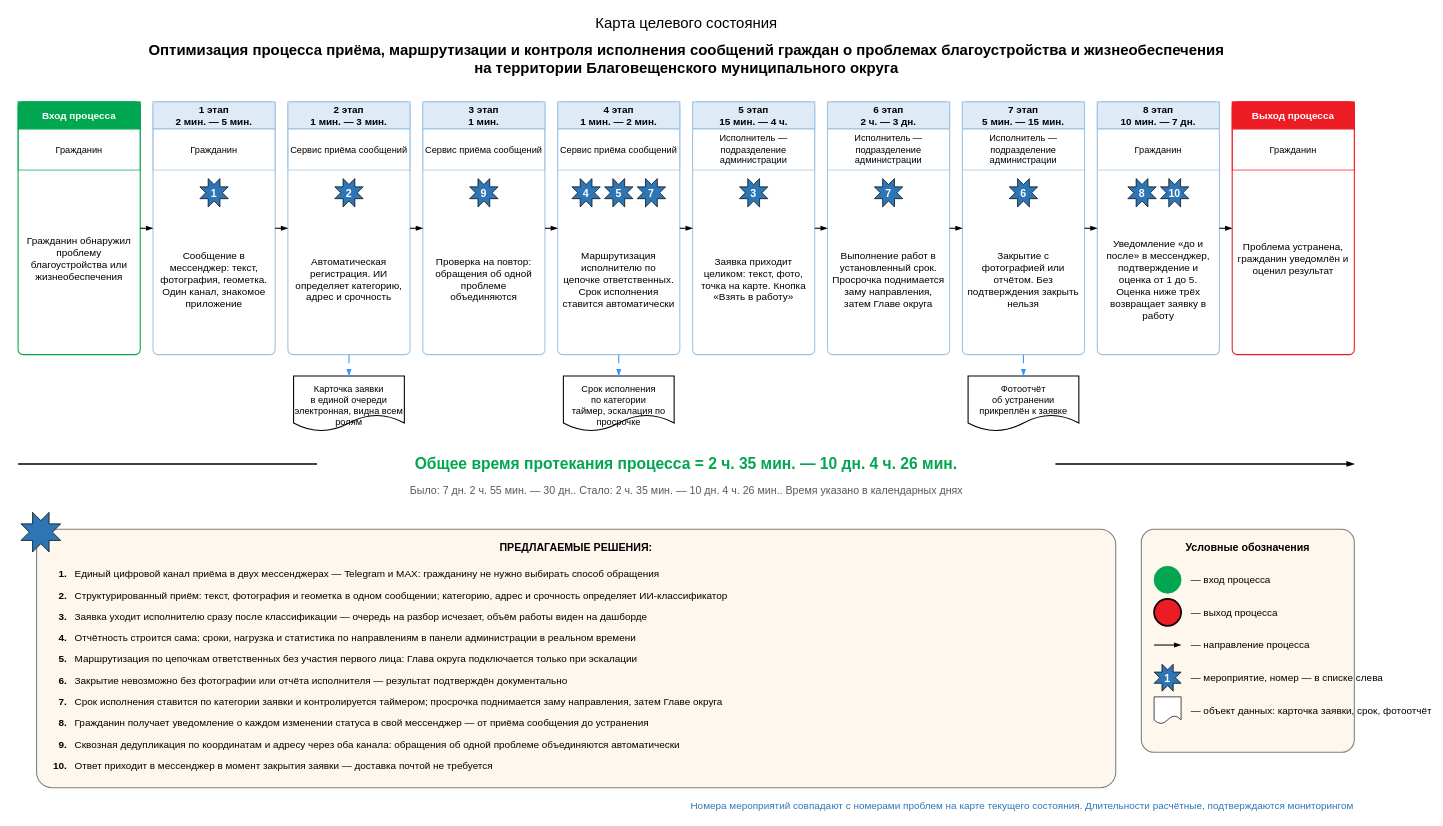
Earlier version of the draw.io diagram файлы/karta-celevogo.drawio (NiceGenn/Team-28-progress). Source tidied: cells renumbered, new cells numbered last; positions are measured from the earlier drawing's top-left corner, leaving out a move shared by most shapes. Both pictures are drawn from the tidied source at 71%, with x=0, y=0 at pixel (18, 12).
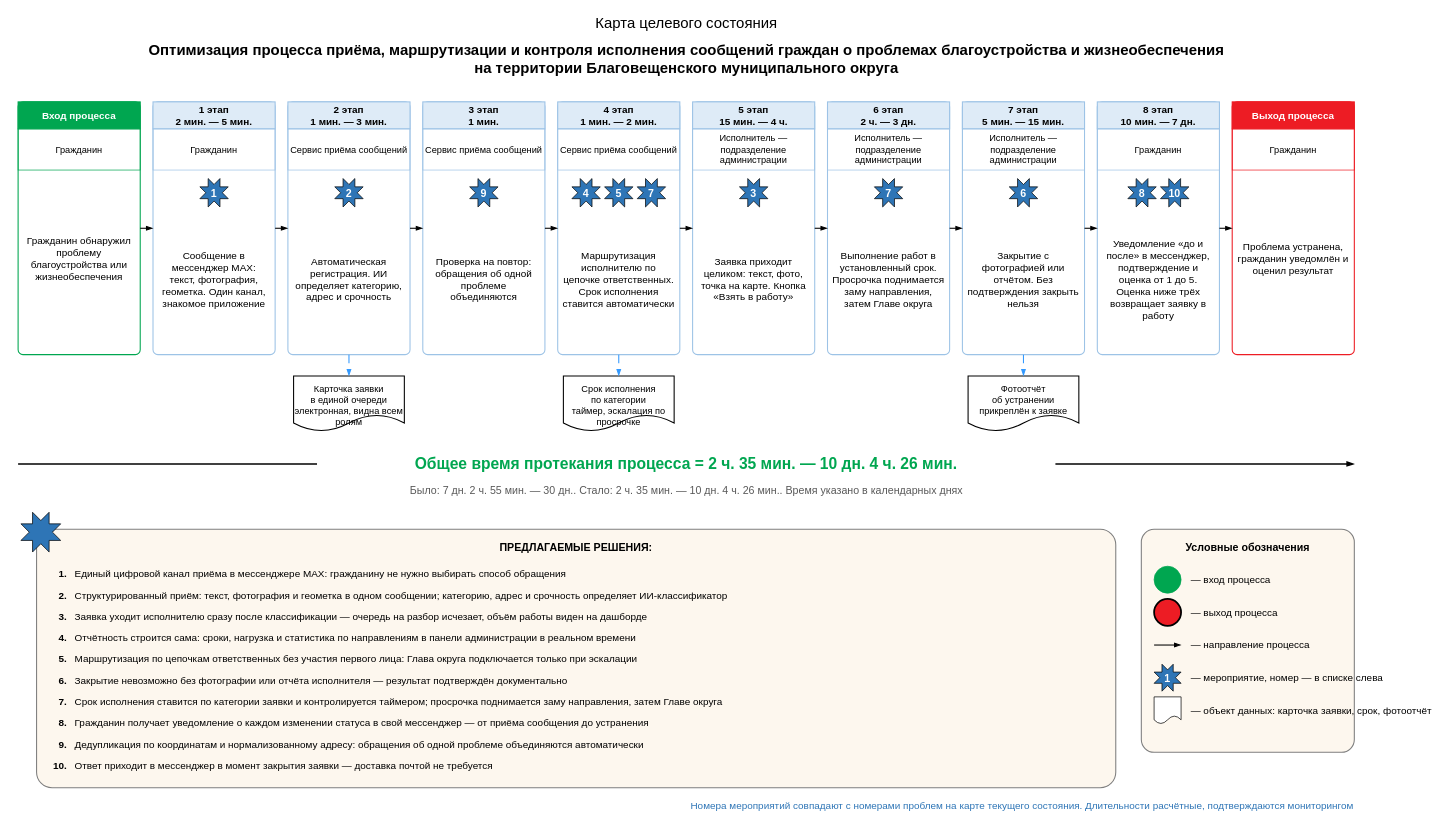
The same page after the edit.

The change refers to these unchanged cells:
```xml
<mxCell id="73" value="ПРЕДЛАГАЕМЫЕ РЕШЕНИЯ:" style="rounded=1;arcSize=6;whiteSpace=wrap;html=1;fillColor=#FDF7EE;strokeColor=#7F7F7F;strokeWidth=1.5;verticalAlign=top;align=center;fontSize=15;fontStyle=1;spacing=12;" parent="1" vertex="1">
  <mxGeometry x="26" y="728" width="1520" height="364" as="geometry" />
</mxCell>
```

Diff of the diagram source:
```diff
@@
-    <mxCell id="10" value="Сообщение в мессенджер: текст, фотография, геометка. Один канал, знакомое приложение" style="text;html=1;whiteSpace=wrap;align=center;verticalAlign=middle;fontSize=14;" parent="1" vertex="1">
+    <mxCell id="10" value="Сообщение в мессенджер MAX: текст, фотография, геометка. Один канал, знакомое приложение" style="text;html=1;whiteSpace=wrap;align=center;verticalAlign=middle;fontSize=14;" parent="1" vertex="1">
       <mxGeometry x="196" y="280" width="160" height="192" as="geometry" />
     </mxCell>
@@
-    <mxCell id="75" value="Единый цифровой канал приёма в двух мессенджерах — Telegram и MAX: гражданину не нужно выбирать способ обращения" style="text;html=1;align=left;verticalAlign=middle;fontSize=14;" parent="73" vertex="1">
+    <mxCell id="75" value="Единый цифровой канал приёма в мессенджере MAX: гражданину не нужно выбирать способ обращения" style="text;html=1;align=left;verticalAlign=middle;fontSize=14;" parent="73" vertex="1">
       <mxGeometry x="52" y="48" width="1450" height="30" as="geometry" />
     </mxCell>
@@
-    <mxCell id="91" value="Сквозная дедупликация по координатам и адресу через оба канала: обращения об одной проблеме объединяются автоматически" style="text;html=1;align=left;verticalAlign=middle;fontSize=14;" parent="73" vertex="1">
+    <mxCell id="91" value="Дедупликация по координатам и нормализованному адресу: обращения об одной проблеме объединяются автоматически" style="text;html=1;align=left;verticalAlign=middle;fontSize=14;" parent="73" vertex="1">
       <mxGeometry x="52" y="288" width="1450" height="30" as="geometry" />
     </mxCell>
```
